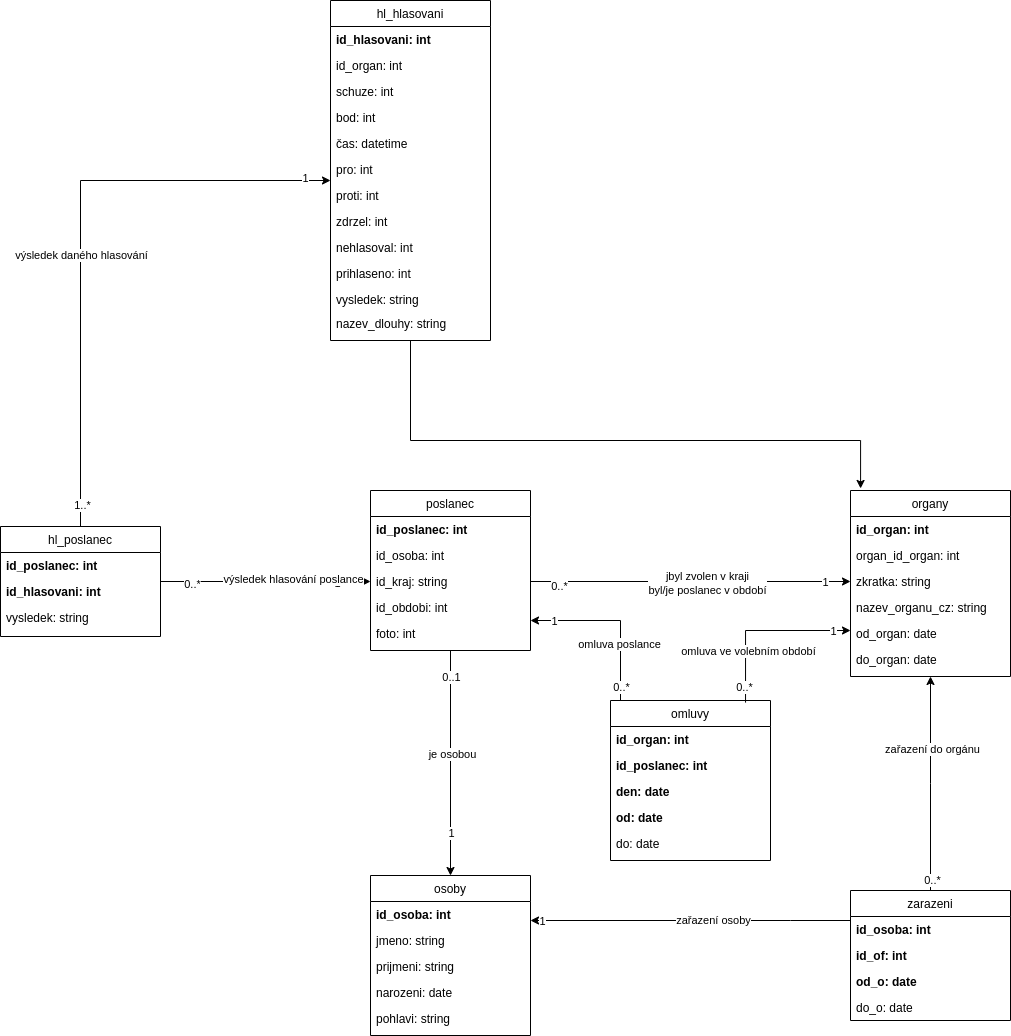
Before: src/images/source_data_diagram.png, a diagram exported from draw.io (lukas-dang/diploma-thesis). Source tidied: cells renumbered, new cells last; positions are measured from the earlier drawing's top-left corner, leaving out a move shared by most shapes.
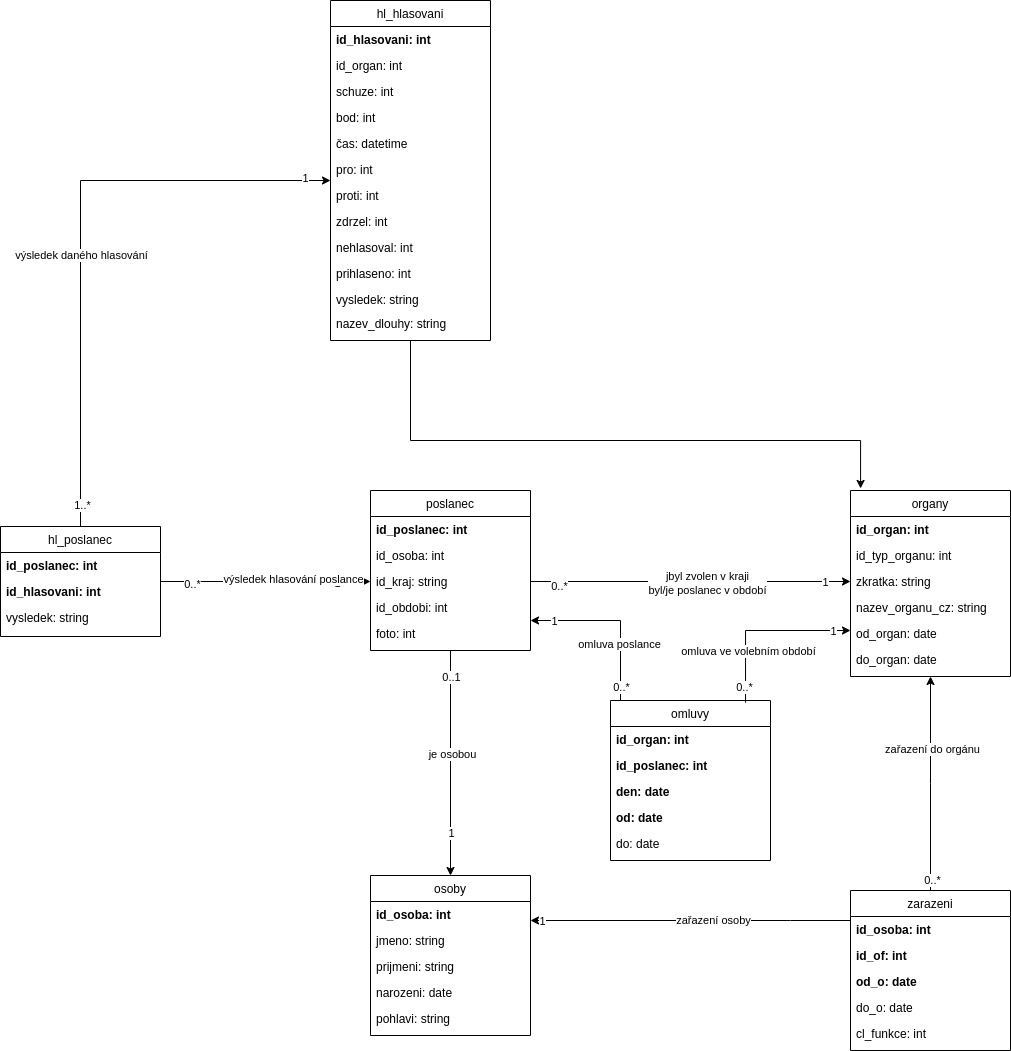
After the change.

The edit, as a diff of the source:
```diff
@@ -44,7 +44,7 @@
       <mxGeometry x="0.33" y="-1" relative="1" as="geometry" />
     </mxCell>
     <mxCell id="14" value="zarazeni" style="swimlane;fontStyle=0;align=center;verticalAlign=top;horizontal=1;startSize=26;rounded=0;shadow=0;strokeWidth=1;" parent="1" vertex="1">
-      <mxGeometry x="850" y="890" width="160" height="130" as="geometry" />
+      <mxGeometry x="850" y="890" width="160" height="160" as="geometry" />
     </mxCell>
     <mxCell id="15" value="id_osoba: int" style="text;align=left;verticalAlign=top;spacingLeft=4;spacingRight=4;overflow=hidden;fontStyle=1;" parent="14" vertex="1">
       <mxGeometry y="26" width="160" height="26" as="geometry" />
@@ -58,13 +58,16 @@
     <mxCell id="18" value="do_o: date" style="text;align=left;verticalAlign=top;spacingLeft=4;spacingRight=4;overflow=hidden;" parent="14" vertex="1">
       <mxGeometry y="104" width="160" height="26" as="geometry" />
     </mxCell>
+    <mxCell id="80" value="cl_funkce: int" style="text;align=left;verticalAlign=top;spacingLeft=4;spacingRight=4;overflow=hidden;" parent="14" vertex="1">
+      <mxGeometry y="130" width="160" height="26" as="geometry" />
+    </mxCell>
     <mxCell id="19" value="organy" style="swimlane;fontStyle=0;align=center;verticalAlign=top;horizontal=1;startSize=26;rounded=0;shadow=0;strokeWidth=1;" parent="1" vertex="1">
       <mxGeometry x="850" y="490" width="160" height="186" as="geometry" />
     </mxCell>
     <mxCell id="20" value="id_organ: int" style="text;align=left;verticalAlign=top;spacingLeft=4;spacingRight=4;overflow=hidden;fontStyle=1;" parent="19" vertex="1">
       <mxGeometry y="26" width="160" height="26" as="geometry" />
     </mxCell>
-    <mxCell id="21" value="organ_id_organ: int" style="text;align=left;verticalAlign=top;spacingLeft=4;spacingRight=4;overflow=hidden;rounded=0;shadow=0;html=0;" parent="19" vertex="1">
+    <mxCell id="21" value="id_typ_organu: int" style="text;align=left;verticalAlign=top;spacingLeft=4;spacingRight=4;overflow=hidden;rounded=0;shadow=0;html=0;" parent="19" vertex="1">
       <mxGeometry y="52" width="160" height="26" as="geometry" />
     </mxCell>
     <mxCell id="22" value="zkratka: string" style="text;align=left;verticalAlign=top;spacingLeft=4;spacingRight=4;overflow=hidden;points=[[0,0.5],[1,0.5]];portConstraint=eastwest;rounded=0;shadow=0;html=0;" parent="19" vertex="1">
```
